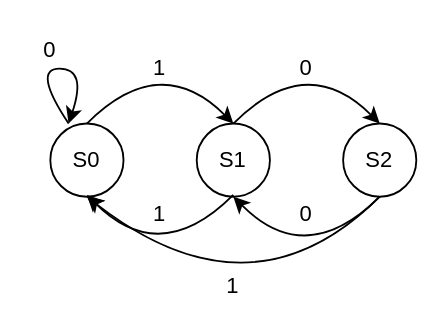
The draw.io diagram Untitled Diagram.drawio in ygkn/drawings, before the edit. Source tidied: cells renumbered, new cells numbered last; positions are measured from the earlier drawing's top-left corner, leaving out a move shared by most shapes. Both pictures are drawn from the tidied source at 183%, with x=0, y=0 at pixel (31, 31).
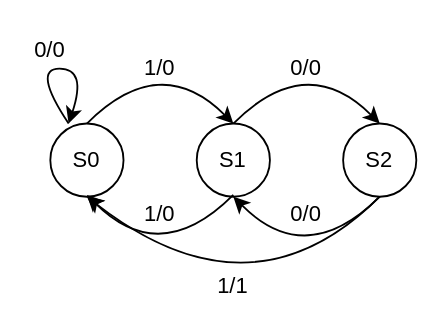
Above is the later version.

Diff of the diagram source:
```diff
@@
-    <mxCell id="7" value="1" style="text;html=1;strokeColor=none;fillColor=none;align=center;verticalAlign=middle;whiteSpace=wrap;rounded=0;" parent="1" vertex="1">
+    <mxCell id="7" value="1/0" style="text;html=1;strokeColor=none;fillColor=none;align=center;verticalAlign=middle;whiteSpace=wrap;rounded=0;" parent="1" vertex="1">
       <mxGeometry x="60" y="10" width="20" height="20" as="geometry" />
     </mxCell>
-    <mxCell id="8" value="0" style="text;html=1;strokeColor=none;fillColor=none;align=center;verticalAlign=middle;whiteSpace=wrap;rounded=0;" parent="1" vertex="1">
+    <mxCell id="8" value="0/0" style="text;html=1;strokeColor=none;fillColor=none;align=center;verticalAlign=middle;whiteSpace=wrap;rounded=0;" parent="1" vertex="1">
       <mxGeometry x="140" y="10" width="20" height="20" as="geometry" />
     </mxCell>
@@
-    <mxCell id="10" value="1" style="text;html=1;strokeColor=none;fillColor=none;align=center;verticalAlign=middle;whiteSpace=wrap;rounded=0;" parent="1" vertex="1">
+    <mxCell id="10" value="1/0" style="text;html=1;strokeColor=none;fillColor=none;align=center;verticalAlign=middle;whiteSpace=wrap;rounded=0;" parent="1" vertex="1">
       <mxGeometry x="60" y="90" width="20" height="20" as="geometry" />
     </mxCell>
-    <mxCell id="11" value="0" style="text;html=1;strokeColor=none;fillColor=none;align=center;verticalAlign=middle;whiteSpace=wrap;rounded=0;" parent="1" vertex="1">
+    <mxCell id="11" value="0/0" style="text;html=1;strokeColor=none;fillColor=none;align=center;verticalAlign=middle;whiteSpace=wrap;rounded=0;" parent="1" vertex="1">
       <mxGeometry x="140" y="90" width="20" height="20" as="geometry" />
     </mxCell>
@@
-    <mxCell id="13" value="1" style="text;html=1;strokeColor=none;fillColor=none;align=center;verticalAlign=middle;whiteSpace=wrap;rounded=0;" parent="1" vertex="1">
+    <mxCell id="13" value="1/1" style="text;html=1;strokeColor=none;fillColor=none;align=center;verticalAlign=middle;whiteSpace=wrap;rounded=0;" parent="1" vertex="1">
       <mxGeometry x="100" y="129" width="20" height="20" as="geometry" />
     </mxCell>
@@
-    <mxCell id="16" value="0" style="text;html=1;strokeColor=none;fillColor=none;align=center;verticalAlign=middle;whiteSpace=wrap;rounded=0;" parent="1" vertex="1">
+    <mxCell id="16" value="0/0" style="text;html=1;strokeColor=none;fillColor=none;align=center;verticalAlign=middle;whiteSpace=wrap;rounded=0;" parent="1" vertex="1">
       <mxGeometry width="20" height="20" as="geometry" />
     </mxCell>
```
